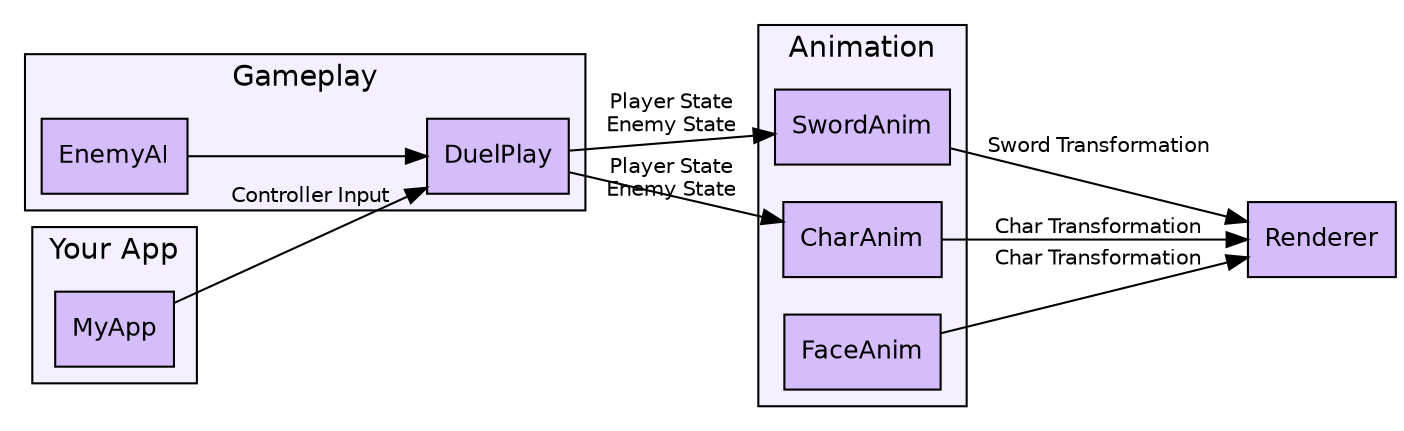
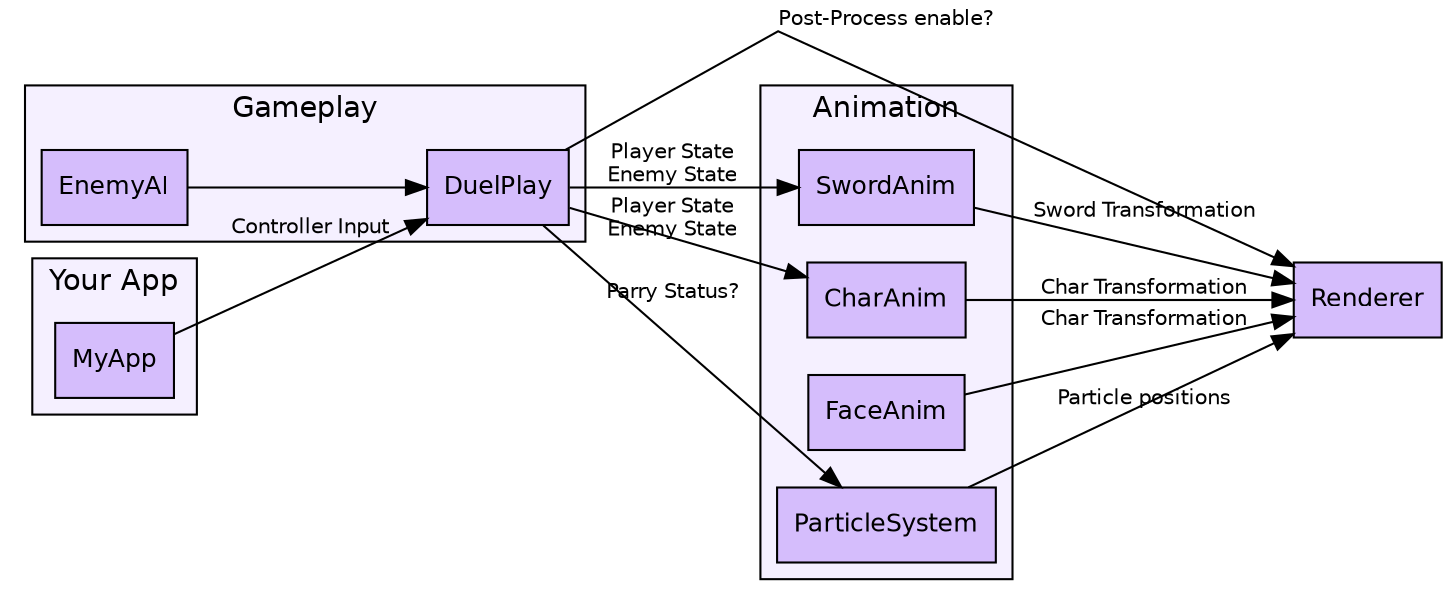
digraph call_graph {
    compound=true
    newrank=true
    graph [rankdir=LR, splines=line, fontname="Helvetica"]
    node  [fontname="Helvetica", fontsize=12, style=filled]
    edge  [fontname="Helvetica", fontsize=10]

    Renderer   [label="Renderer", shape=box, fillcolor="#d5bdfc"]
    subgraph cluster_App {
        label="Your App"
        style=filled
        fillcolor="#f5f0ff"
        MyApp    [label="MyApp", shape=box, fillcolor="#d5bdfc"]
    }
    subgraph cluster_Gameplay {
        label="Gameplay"
        style=filled
        fillcolor="#f5f0ff"
        DuelPlay    [label="DuelPlay", shape=box, fillcolor="#d5bdfc"]
        EnemyAI    [label="EnemyAI", shape=box, fillcolor="#d5bdfc"]
        EnemyAI -> DuelPlay
    }
    subgraph cluster_Animation {
        label="Animation"
        style=filled
        fillcolor="#f5f0ff"
        SwordAnim    [label="SwordAnim", shape=box, fillcolor="#d5bdfc"]
        CharAnim    [label="CharAnim", shape=box, fillcolor="#d5bdfc"]
        FaceAnim    [label="FaceAnim", shape=box, fillcolor="#d5bdfc"]
+         ParticleSystem    [label="ParticleSystem", shape=box, fillcolor="#d5bdfc"]
    }

    MyApp -> DuelPlay [label="Controller Input"];
    DuelPlay -> SwordAnim [label="Player State\nEnemy State"];
    DuelPlay -> CharAnim [label="Player State\nEnemy State"];
+     DuelPlay -> ParticleSystem [label="Parry Status?"];
    SwordAnim -> Renderer [label="Sword Transformation"];
    CharAnim -> Renderer [label="Char Transformation"];
    FaceAnim -> Renderer [label="Char Transformation"];
+     ParticleSystem -> Renderer [label="Particle positions"];
+     DuelPlay -> Renderer [label="Post-Process enable?"];
}